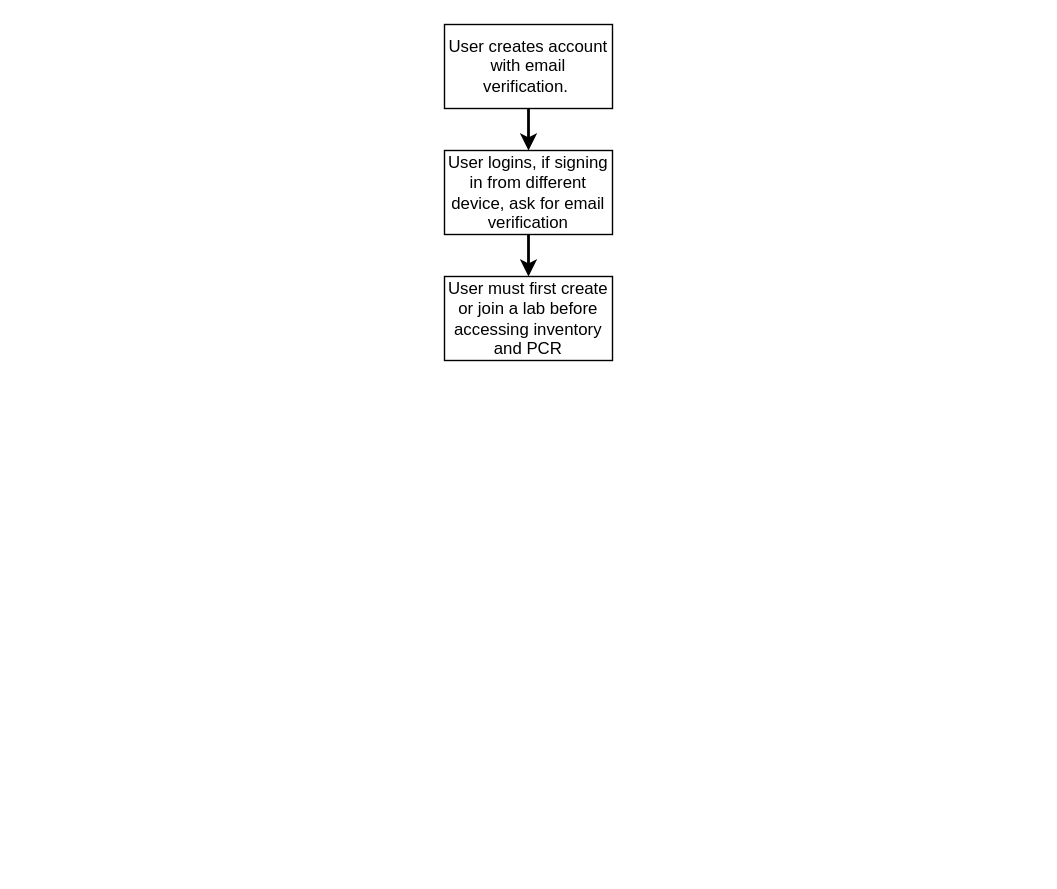
Above: page "Work Flow" (2 of 5) of Untitled Diagram.drawio in FusRaDa/pcr-paperwork-website-draw (draw.io), before the change. Source tidied: cells renumbered, new cells numbered last; positions are measured from the earlier drawing's top-left corner, leaving out a move shared by most shapes. Both pictures are drawn from the tidied source at 140%, with x=0, y=0 at pixel (444, 24).
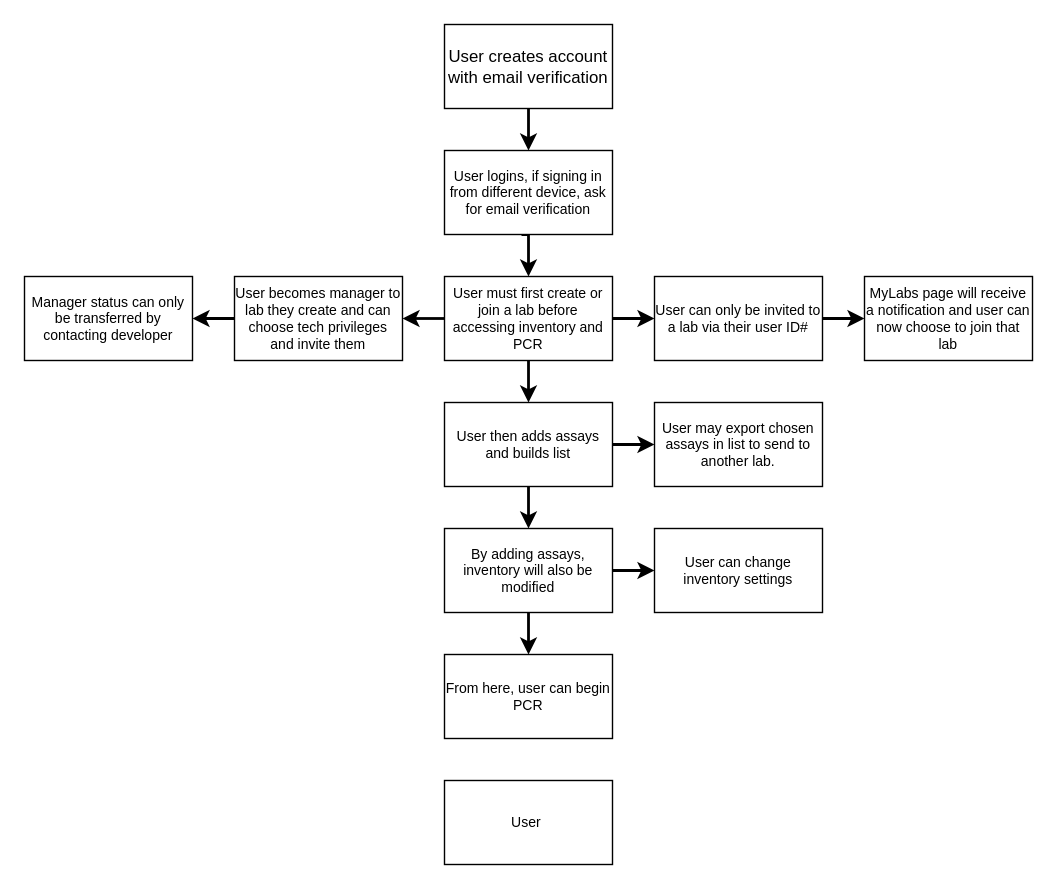
Above is the later version.

Change to the diagram source:
```diff
@@
-    <mxCell id="2" style="edgeStyle=orthogonalEdgeStyle;rounded=0;jumpSize=6;jettySize=auto;html=1;entryX=0.5;entryY=0;entryDx=0;entryDy=0;strokeWidth=2;" parent="1" edge="1" source="3" target="5">
+    <mxCell id="2" style="edgeStyle=orthogonalEdgeStyle;rounded=0;jumpSize=6;jettySize=auto;html=1;entryX=0.5;entryY=0;entryDx=0;entryDy=0;strokeWidth=2;fontSize=10;" parent="1" edge="1" source="3" target="5">
       <mxGeometry relative="1" as="geometry" />
     </mxCell>
-    <mxCell id="3" value="User creates account with email verification.&amp;nbsp;" style="rounded=0;whiteSpace=wrap;html=1;fillColor=#FFFFFF;" parent="1" vertex="1">
+    <mxCell id="3" value="User creates account with email verification" style="rounded=0;whiteSpace=wrap;html=1;fillColor=#FFFFFF;" parent="1" vertex="1">
       <mxGeometry width="120" height="60" as="geometry" />
     </mxCell>
-    <mxCell id="4" style="edgeStyle=orthogonalEdgeStyle;rounded=0;jumpSize=6;jettySize=auto;html=1;entryX=0.5;entryY=0;entryDx=0;entryDy=0;strokeWidth=2;" parent="1" edge="1" source="5" target="6">
-      <mxGeometry relative="1" as="geometry" />
+    <mxCell id="4" style="edgeStyle=orthogonalEdgeStyle;rounded=0;jumpSize=6;jettySize=auto;html=1;entryX=0.5;entryY=0;entryDx=0;entryDy=0;strokeWidth=2;fontSize=10;" parent="1" edge="1" target="6">
+      <mxGeometry relative="1" as="geometry">
+        <mxPoint x="55" y="150" as="sourcePoint" />
+      </mxGeometry>
     </mxCell>
-    <mxCell id="5" value="User logins, if signing in from different device, ask for email verification" style="rounded=0;whiteSpace=wrap;html=1;fillColor=#FFFFFF;" parent="1" vertex="1">
+    <mxCell id="5" value="User logins, if signing in from different device, ask for email verification" style="rounded=0;whiteSpace=wrap;html=1;fillColor=#FFFFFF;fontSize=10;" parent="1" vertex="1">
       <mxGeometry y="90" width="120" height="60" as="geometry" />
     </mxCell>
+    <mxCell id="7" style="edgeStyle=orthogonalEdgeStyle;rounded=0;jumpSize=6;jettySize=auto;html=1;entryX=0.5;entryY=0;entryDx=0;entryDy=0;strokeWidth=2;fontSize=10;" parent="1" edge="1" source="6">
+      <mxGeometry relative="1" as="geometry">
+        <mxPoint x="60" y="270" as="targetPoint" />
+      </mxGeometry>
+    </mxCell>
+    <mxCell id="8" style="edgeStyle=orthogonalEdgeStyle;rounded=0;jumpSize=6;jettySize=auto;html=1;entryX=0;entryY=0.5;entryDx=0;entryDy=0;strokeWidth=2;fontSize=10;" parent="1" edge="1" source="6" target="18">
+      <mxGeometry relative="1" as="geometry" />
+    </mxCell>
+    <mxCell id="9" style="edgeStyle=orthogonalEdgeStyle;rounded=0;jumpSize=6;jettySize=auto;html=1;strokeWidth=2;fontSize=10;" parent="1" edge="1" source="6">
+      <mxGeometry relative="1" as="geometry">
+        <mxPoint x="-30" y="210" as="targetPoint" />
+      </mxGeometry>
+    </mxCell>
-    <mxCell id="6" value="User must first create or join a lab before accessing inventory and PCR" style="rounded=0;whiteSpace=wrap;html=1;fillColor=#FFFFFF;" parent="1" vertex="1">
+    <mxCell id="6" value="User must first create or join a lab before accessing inventory and PCR" style="rounded=0;whiteSpace=wrap;html=1;fillColor=#FFFFFF;fontSize=10;" parent="1" vertex="1">
       <mxGeometry y="180" width="120" height="60" as="geometry" />
     </mxCell>
+    <mxCell id="10" style="edgeStyle=orthogonalEdgeStyle;rounded=0;jumpSize=6;jettySize=auto;html=1;entryX=0.5;entryY=0;entryDx=0;entryDy=0;strokeWidth=2;fontSize=10;" parent="1" edge="1" source="12" target="15">
+      <mxGeometry relative="1" as="geometry" />
+    </mxCell>
+    <mxCell id="11" style="edgeStyle=orthogonalEdgeStyle;rounded=0;jumpSize=6;jettySize=auto;html=1;entryX=0;entryY=0.5;entryDx=0;entryDy=0;strokeWidth=2;fontSize=10;" parent="1" edge="1" source="12" target="22">
+      <mxGeometry relative="1" as="geometry" />
+    </mxCell>
+    <mxCell id="12" value="User then adds assays and builds list" style="rounded=0;whiteSpace=wrap;html=1;fillColor=#FFFFFF;fontSize=10;" parent="1" vertex="1">
+      <mxGeometry y="270" width="120" height="60" as="geometry" />
+    </mxCell>
+    <mxCell id="13" style="edgeStyle=orthogonalEdgeStyle;rounded=0;jumpSize=6;jettySize=auto;html=1;entryX=0.5;entryY=0;entryDx=0;entryDy=0;strokeWidth=2;fontSize=10;" parent="1" edge="1" source="15" target="16">
+      <mxGeometry relative="1" as="geometry" />
+    </mxCell>
+    <mxCell id="14" style="edgeStyle=orthogonalEdgeStyle;rounded=0;jumpSize=6;jettySize=auto;html=1;entryX=0;entryY=0.5;entryDx=0;entryDy=0;strokeWidth=2;fontSize=10;" parent="1" edge="1" source="15" target="23">
+      <mxGeometry relative="1" as="geometry" />
+    </mxCell>
+    <mxCell id="15" value="By adding assays, inventory will also be modified" style="rounded=0;whiteSpace=wrap;html=1;fillColor=#FFFFFF;fontSize=10;" parent="1" vertex="1">
+      <mxGeometry y="360" width="120" height="60" as="geometry" />
+    </mxCell>
+    <mxCell id="16" value="From here, user can begin PCR" style="rounded=0;whiteSpace=wrap;html=1;fillColor=#FFFFFF;fontSize=10;" parent="1" vertex="1">
+      <mxGeometry y="450" width="120" height="60" as="geometry" />
+    </mxCell>
+    <mxCell id="17" style="edgeStyle=orthogonalEdgeStyle;rounded=0;jumpSize=6;jettySize=auto;html=1;strokeWidth=2;fontSize=10;entryX=0;entryY=0.5;entryDx=0;entryDy=0;" parent="1" edge="1" source="18" target="19">
+      <mxGeometry relative="1" as="geometry" />
+    </mxCell>
+    <mxCell id="18" value="User can only be invited to a lab via their user ID#" style="rounded=0;whiteSpace=wrap;html=1;fillColor=#FFFFFF;fontSize=10;" parent="1" vertex="1">
+      <mxGeometry x="150" y="180" width="120" height="60" as="geometry" />
+    </mxCell>
+    <mxCell id="19" value="MyLabs page will receive a notification and user can now choose to join that lab" style="rounded=0;whiteSpace=wrap;html=1;fillColor=#FFFFFF;fontSize=10;" parent="1" vertex="1">
+      <mxGeometry x="300" y="180" width="120" height="60" as="geometry" />
+    </mxCell>
+    <mxCell id="20" style="edgeStyle=orthogonalEdgeStyle;rounded=0;jumpSize=6;jettySize=auto;html=1;entryX=1;entryY=0.5;entryDx=0;entryDy=0;strokeWidth=2;fontSize=10;" parent="1" edge="1" source="21" target="24">
+      <mxGeometry relative="1" as="geometry" />
+    </mxCell>
+    <mxCell id="21" value="User becomes manager to lab they create and can choose tech privileges and invite them" style="rounded=0;whiteSpace=wrap;html=1;fillColor=#FFFFFF;fontSize=10;" parent="1" vertex="1">
+      <mxGeometry x="-150" y="180" width="120" height="60" as="geometry" />
+    </mxCell>
+    <mxCell id="22" value="User may export chosen assays in list to send to another lab." style="rounded=0;whiteSpace=wrap;html=1;fillColor=#FFFFFF;fontSize=10;" parent="1" vertex="1">
+      <mxGeometry x="150" y="270" width="120" height="60" as="geometry" />
+    </mxCell>
+    <mxCell id="23" value="User can change inventory settings" style="rounded=0;whiteSpace=wrap;html=1;fillColor=#FFFFFF;fontSize=10;" parent="1" vertex="1">
+      <mxGeometry x="150" y="360" width="120" height="60" as="geometry" />
+    </mxCell>
+    <mxCell id="24" value="Manager status can only be transferred by contacting developer" style="rounded=0;whiteSpace=wrap;html=1;fillColor=#FFFFFF;fontSize=10;" parent="1" vertex="1">
+      <mxGeometry x="-300" y="180" width="120" height="60" as="geometry" />
+    </mxCell>
+    <mxCell id="25" value="User&amp;nbsp;" style="rounded=0;whiteSpace=wrap;html=1;fillColor=#FFFFFF;fontSize=10;" parent="1" vertex="1">
+      <mxGeometry y="540" width="120" height="60" as="geometry" />
+    </mxCell>
```
